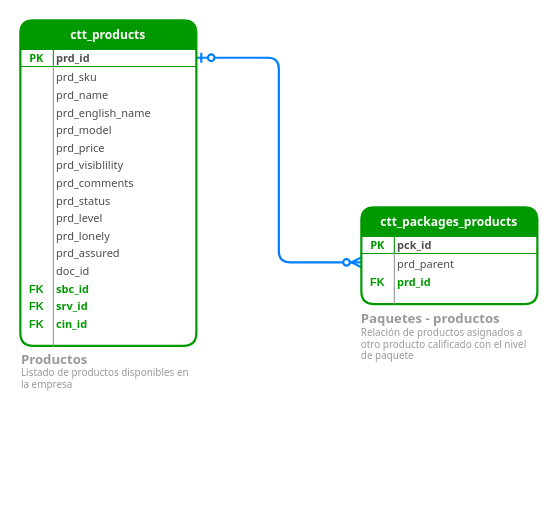
This is page "Paquetes" (5 of 6) of _desarrollo/archivos_info/CTTRentals entidad relacion.drawio from juarezjorr/TesteoCire, a draw.io file, before an edit. Source tidied: cells renumbered, new cells numbered last; positions are measured from the earlier drawing's top-left corner, leaving out a move shared by most shapes. Both pictures are drawn from the tidied source at 110%, with x=0, y=0 at pixel (20, 20).
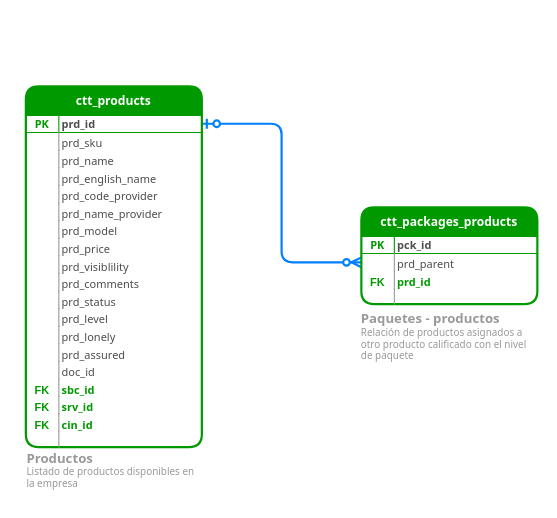
After the change.

The change refers to these unchanged cells:
```xml
<mxCell id="19" value="prd_sku" style="shape=partialRectangle;top=0;left=0;right=0;bottom=0;align=left;verticalAlign=top;fillColor=none;spacingLeft=33;spacingRight=0;overflow=hidden;fontSize=10;fontFamily=Tahoma;spacing=0;dashed=1;strokeColor=#80A9E3;fontColor=#4D4D4D;" parent="16" vertex="1">
  <mxGeometry y="42" width="160" height="16" as="geometry" />
</mxCell>
<mxCell id="21" value="prd_name" style="shape=partialRectangle;top=0;left=0;right=0;bottom=0;align=left;verticalAlign=top;fillColor=none;spacingLeft=33;spacingRight=0;overflow=hidden;fontSize=10;fontFamily=Tahoma;spacing=0;dashed=1;strokeColor=#80A9E3;fontColor=#4D4D4D;" parent="16" vertex="1">
  <mxGeometry y="58" width="160" height="16" as="geometry" />
</mxCell>
<mxCell id="23" value="prd_english_name" style="shape=partialRectangle;top=0;left=0;right=0;bottom=0;align=left;verticalAlign=top;fillColor=none;spacingLeft=33;spacingRight=0;overflow=hidden;fontSize=10;fontFamily=Tahoma;spacing=0;dashed=1;strokeColor=#80A9E3;fontColor=#4D4D4D;" parent="16" vertex="1">
  <mxGeometry y="74" width="160" height="16" as="geometry" />
</mxCell>
```

What changed in the source:
```diff
@@
-    <mxCell id="14" style="group;" parent="1" vertex="1">
-      <mxGeometry width="160.5" height="340.3" as="geometry" />
-    </mxCell>
+    <mxCell id="51" style="group;" parent="1" vertex="1">
+      <mxGeometry x="5" y="60" width="160.5" height="370.3" as="geometry" />
+    </mxCell>
-    <mxCell id="15" value="&lt;h4&gt;&lt;font style=&quot;line-height: 0%&quot;&gt;&lt;span style=&quot;font-size: 12px&quot;&gt;Productos&lt;br&gt;&lt;/span&gt;&lt;/font&gt;&lt;span style=&quot;font-weight: 400&quot;&gt;Listado de productos disponibles en la empresa&lt;/span&gt;&lt;/h4&gt;" style="text;html=1;strokeColor=none;fillColor=none;spacing=0;spacingTop=-13;whiteSpace=wrap;overflow=hidden;rounded=0;fontFamily=Tahoma;fontSize=9;fontColor=#999999;fontStyle=0;" parent="14" vertex="1">
-      <mxGeometry x="0.5" y="301" width="160" height="39.3" as="geometry" />
+    <mxCell id="15" value="&lt;h4&gt;&lt;font style=&quot;line-height: 0%&quot;&gt;&lt;span style=&quot;font-size: 12px&quot;&gt;Productos&lt;br&gt;&lt;/span&gt;&lt;/font&gt;&lt;span style=&quot;font-weight: 400&quot;&gt;Listado de productos disponibles en la empresa&lt;/span&gt;&lt;/h4&gt;" style="text;html=1;strokeColor=none;fillColor=none;spacing=0;spacingTop=-13;whiteSpace=wrap;overflow=hidden;rounded=0;fontFamily=Tahoma;fontSize=9;fontColor=#999999;fontStyle=0;" parent="51" vertex="1">
+      <mxGeometry x="0.5" y="331" width="160" height="39.3" as="geometry" />
     </mxCell>
-    <mxCell id="16" value="ctt_products" style="swimlane;fontStyle=1;horizontal=1;startSize=26;swimlaneFillColor=#ffffff;align=center;fontSize=11;strokeWidth=2;rounded=1;fontColor=#FFFFFF;fontFamily=Tahoma;fillColor=#009900;strokeColor=#009900;" parent="14" vertex="1">
-      <mxGeometry width="160" height="295.9" as="geometry" />
+    <mxCell id="16" value="ctt_products" style="swimlane;fontStyle=1;horizontal=1;startSize=26;swimlaneFillColor=#ffffff;align=center;fontSize=11;strokeWidth=2;rounded=1;fontColor=#FFFFFF;fontFamily=Tahoma;fillColor=#009900;strokeColor=#009900;" parent="51" vertex="1">
+      <mxGeometry width="160" height="327.9" as="geometry" />
     </mxCell>
@@
-    <mxCell id="20" style="shape=partialRectangle;top=0;left=0;bottom=0;fillColor=none;align=left;verticalAlign=top;spacingLeft=4;spacingRight=4;overflow=hidden;fontSize=12;strokeColor=#999999;" parent="19" vertex="1">
-      <mxGeometry width="30" height="16" as="geometry" />
-    </mxCell>
+    <mxCell id="52" style="shape=partialRectangle;top=0;left=0;bottom=0;fillColor=none;align=left;verticalAlign=top;spacingLeft=4;spacingRight=4;overflow=hidden;fontSize=12;strokeColor=#999999;" parent="19" vertex="1">
+      <mxGeometry width="30" height="16" as="geometry" />
+    </mxCell>
@@
-    <mxCell id="22" style="shape=partialRectangle;top=0;left=0;bottom=0;fillColor=none;align=left;verticalAlign=top;spacingLeft=4;spacingRight=4;overflow=hidden;fontSize=12;strokeColor=#999999;" parent="21" vertex="1">
-      <mxGeometry width="30" height="16" as="geometry" />
-    </mxCell>
+    <mxCell id="53" style="shape=partialRectangle;top=0;left=0;bottom=0;fillColor=none;align=left;verticalAlign=top;spacingLeft=4;spacingRight=4;overflow=hidden;fontSize=12;strokeColor=#999999;" parent="21" vertex="1">
+      <mxGeometry width="30" height="16" as="geometry" />
+    </mxCell>
@@
-    <mxCell id="24" style="shape=partialRectangle;top=0;left=0;bottom=0;fillColor=none;align=left;verticalAlign=top;spacingLeft=4;spacingRight=4;overflow=hidden;fontSize=12;strokeColor=#999999;" parent="23" vertex="1">
-      <mxGeometry width="30" height="16" as="geometry" />
-    </mxCell>
+    <mxCell id="54" style="shape=partialRectangle;top=0;left=0;bottom=0;fillColor=none;align=left;verticalAlign=top;spacingLeft=4;spacingRight=4;overflow=hidden;fontSize=12;strokeColor=#999999;" parent="23" vertex="1">
+      <mxGeometry width="30" height="16" as="geometry" />
+    </mxCell>
+    <mxCell id="55" value="prd_code_provider" style="shape=partialRectangle;top=0;left=0;right=0;bottom=0;align=left;verticalAlign=top;fillColor=none;spacingLeft=33;spacingRight=0;overflow=hidden;fontSize=10;fontFamily=Tahoma;spacing=0;dashed=1;strokeColor=#80A9E3;fontColor=#4D4D4D;" parent="16" vertex="1">
+      <mxGeometry y="90" width="160" height="16" as="geometry" />
+    </mxCell>
+    <mxCell id="56" style="shape=partialRectangle;top=0;left=0;bottom=0;fillColor=none;align=left;verticalAlign=top;spacingLeft=4;spacingRight=4;overflow=hidden;fontSize=12;strokeColor=#999999;" parent="55" vertex="1">
+      <mxGeometry width="30" height="16" as="geometry" />
+    </mxCell>
+    <mxCell id="57" value="prd_name_provider" style="shape=partialRectangle;top=0;left=0;right=0;bottom=0;align=left;verticalAlign=top;fillColor=none;spacingLeft=33;spacingRight=0;overflow=hidden;fontSize=10;fontFamily=Tahoma;spacing=0;dashed=1;strokeColor=#80A9E3;fontColor=#4D4D4D;" parent="16" vertex="1">
+      <mxGeometry y="106" width="160" height="16" as="geometry" />
+    </mxCell>
+    <mxCell id="58" style="shape=partialRectangle;top=0;left=0;bottom=0;fillColor=none;align=left;verticalAlign=top;spacingLeft=4;spacingRight=4;overflow=hidden;fontSize=12;strokeColor=#999999;" parent="57" vertex="1">
+      <mxGeometry width="30" height="16" as="geometry" />
+    </mxCell>
     <mxCell id="25" value="prd_model" style="shape=partialRectangle;top=0;left=0;right=0;bottom=0;align=left;verticalAlign=top;fillColor=none;spacingLeft=33;spacingRight=0;overflow=hidden;fontSize=10;fontFamily=Tahoma;spacing=0;dashed=1;strokeColor=#80A9E3;fontColor=#4D4D4D;" parent="16" vertex="1">
-      <mxGeometry y="90" width="160" height="16" as="geometry" />
+      <mxGeometry y="122" width="160" height="16" as="geometry" />
     </mxCell>
-    <mxCell id="26" style="shape=partialRectangle;top=0;left=0;bottom=0;fillColor=none;align=left;verticalAlign=top;spacingLeft=4;spacingRight=4;overflow=hidden;fontSize=12;strokeColor=#999999;" parent="25" vertex="1">
-      <mxGeometry width="30" height="16" as="geometry" />
-    </mxCell>
+    <mxCell id="59" style="shape=partialRectangle;top=0;left=0;bottom=0;fillColor=none;align=left;verticalAlign=top;spacingLeft=4;spacingRight=4;overflow=hidden;fontSize=12;strokeColor=#999999;" parent="25" vertex="1">
+      <mxGeometry width="30" height="16" as="geometry" />
+    </mxCell>
     <mxCell id="27" value="prd_price" style="shape=partialRectangle;top=0;left=0;right=0;bottom=0;align=left;verticalAlign=top;fillColor=none;spacingLeft=33;spacingRight=0;overflow=hidden;fontSize=10;fontFamily=Tahoma;spacing=0;dashed=1;strokeColor=#80A9E3;fontColor=#4D4D4D;" parent="16" vertex="1">
-      <mxGeometry y="106" width="160" height="16" as="geometry" />
+      <mxGeometry y="138" width="160" height="16" as="geometry" />
     </mxCell>
-    <mxCell id="28" style="shape=partialRectangle;top=0;left=0;bottom=0;fillColor=none;align=left;verticalAlign=top;spacingLeft=4;spacingRight=4;overflow=hidden;fontSize=12;strokeColor=#999999;" parent="27" vertex="1">
-      <mxGeometry width="30" height="16" as="geometry" />
-    </mxCell>
+    <mxCell id="60" style="shape=partialRectangle;top=0;left=0;bottom=0;fillColor=none;align=left;verticalAlign=top;spacingLeft=4;spacingRight=4;overflow=hidden;fontSize=12;strokeColor=#999999;" parent="27" vertex="1">
+      <mxGeometry width="30" height="16" as="geometry" />
+    </mxCell>
     <mxCell id="29" value="prd_visiblility" style="shape=partialRectangle;top=0;left=0;right=0;bottom=0;align=left;verticalAlign=top;fillColor=none;spacingLeft=33;spacingRight=0;overflow=hidden;fontSize=10;fontFamily=Tahoma;spacing=0;dashed=1;strokeColor=#80A9E3;fontColor=#4D4D4D;" parent="16" vertex="1">
-      <mxGeometry y="122" width="160" height="16" as="geometry" />
+      <mxGeometry y="154" width="160" height="16" as="geometry" />
     </mxCell>
-    <mxCell id="30" style="shape=partialRectangle;top=0;left=0;bottom=0;fillColor=none;align=left;verticalAlign=top;spacingLeft=4;spacingRight=4;overflow=hidden;fontSize=12;strokeColor=#999999;" parent="29" vertex="1">
-      <mxGeometry width="30" height="16" as="geometry" />
-    </mxCell>
+    <mxCell id="61" style="shape=partialRectangle;top=0;left=0;bottom=0;fillColor=none;align=left;verticalAlign=top;spacingLeft=4;spacingRight=4;overflow=hidden;fontSize=12;strokeColor=#999999;" parent="29" vertex="1">
+      <mxGeometry width="30" height="16" as="geometry" />
+    </mxCell>
     <mxCell id="31" value="prd_comments" style="shape=partialRectangle;top=0;left=0;right=0;bottom=0;align=left;verticalAlign=top;fillColor=none;spacingLeft=33;spacingRight=0;overflow=hidden;fontSize=10;fontFamily=Tahoma;spacing=0;dashed=1;strokeColor=#80A9E3;fontColor=#4D4D4D;" parent="16" vertex="1">
-      <mxGeometry y="138" width="160" height="16" as="geometry" />
+      <mxGeometry y="170" width="160" height="16" as="geometry" />
     </mxCell>
-    <mxCell id="32" style="shape=partialRectangle;top=0;left=0;bottom=0;fillColor=none;align=left;verticalAlign=top;spacingLeft=4;spacingRight=4;overflow=hidden;fontSize=12;strokeColor=#999999;" parent="31" vertex="1">
-      <mxGeometry width="30" height="16" as="geometry" />
-    </mxCell>
+    <mxCell id="62" style="shape=partialRectangle;top=0;left=0;bottom=0;fillColor=none;align=left;verticalAlign=top;spacingLeft=4;spacingRight=4;overflow=hidden;fontSize=12;strokeColor=#999999;" parent="31" vertex="1">
+      <mxGeometry width="30" height="16" as="geometry" />
+    </mxCell>
     <mxCell id="33" value="prd_status" style="shape=partialRectangle;top=0;left=0;right=0;bottom=0;align=left;verticalAlign=top;fillColor=none;spacingLeft=33;spacingRight=0;overflow=hidden;fontSize=10;fontFamily=Tahoma;spacing=0;dashed=1;strokeColor=#80A9E3;fontColor=#4D4D4D;" parent="16" vertex="1">
-      <mxGeometry y="154" width="160" height="16" as="geometry" />
+      <mxGeometry y="186" width="160" height="16" as="geometry" />
     </mxCell>
-    <mxCell id="34" style="shape=partialRectangle;top=0;left=0;bottom=0;fillColor=none;align=left;verticalAlign=top;spacingLeft=4;spacingRight=4;overflow=hidden;fontSize=12;strokeColor=#999999;" parent="33" vertex="1">
-      <mxGeometry width="30" height="16" as="geometry" />
-    </mxCell>
+    <mxCell id="63" style="shape=partialRectangle;top=0;left=0;bottom=0;fillColor=none;align=left;verticalAlign=top;spacingLeft=4;spacingRight=4;overflow=hidden;fontSize=12;strokeColor=#999999;" parent="33" vertex="1">
+      <mxGeometry width="30" height="16" as="geometry" />
+    </mxCell>
     <mxCell id="35" value="prd_level" style="shape=partialRectangle;top=0;left=0;right=0;bottom=0;align=left;verticalAlign=top;fillColor=none;spacingLeft=33;spacingRight=0;overflow=hidden;fontSize=10;fontFamily=Tahoma;spacing=0;dashed=1;strokeColor=#80A9E3;fontColor=#4D4D4D;" parent="16" vertex="1">
-      <mxGeometry y="170" width="160" height="16" as="geometry" />
+      <mxGeometry y="202" width="160" height="16" as="geometry" />
     </mxCell>
-    <mxCell id="36" style="shape=partialRectangle;top=0;left=0;bottom=0;fillColor=none;align=left;verticalAlign=top;spacingLeft=4;spacingRight=4;overflow=hidden;fontSize=12;strokeColor=#999999;" parent="35" vertex="1">
-      <mxGeometry width="30" height="16" as="geometry" />
-    </mxCell>
+    <mxCell id="64" style="shape=partialRectangle;top=0;left=0;bottom=0;fillColor=none;align=left;verticalAlign=top;spacingLeft=4;spacingRight=4;overflow=hidden;fontSize=12;strokeColor=#999999;" parent="35" vertex="1">
+      <mxGeometry width="30" height="16" as="geometry" />
+    </mxCell>
     <mxCell id="37" value="prd_lonely" style="shape=partialRectangle;top=0;left=0;right=0;bottom=0;align=left;verticalAlign=top;fillColor=none;spacingLeft=33;spacingRight=0;overflow=hidden;fontSize=10;fontFamily=Tahoma;spacing=0;dashed=1;strokeColor=#80A9E3;fontColor=#4D4D4D;" parent="16" vertex="1">
-      <mxGeometry y="186" width="160" height="16" as="geometry" />
+      <mxGeometry y="218" width="160" height="16" as="geometry" />
     </mxCell>
-    <mxCell id="38" style="shape=partialRectangle;top=0;left=0;bottom=0;fillColor=none;align=left;verticalAlign=top;spacingLeft=4;spacingRight=4;overflow=hidden;fontSize=12;strokeColor=#999999;" parent="37" vertex="1">
-      <mxGeometry width="30" height="16" as="geometry" />
-    </mxCell>
+    <mxCell id="65" style="shape=partialRectangle;top=0;left=0;bottom=0;fillColor=none;align=left;verticalAlign=top;spacingLeft=4;spacingRight=4;overflow=hidden;fontSize=12;strokeColor=#999999;" parent="37" vertex="1">
+      <mxGeometry width="30" height="16" as="geometry" />
+    </mxCell>
     <mxCell id="39" value="prd_assured" style="shape=partialRectangle;top=0;left=0;right=0;bottom=0;align=left;verticalAlign=top;fillColor=none;spacingLeft=33;spacingRight=0;overflow=hidden;fontSize=10;fontFamily=Tahoma;spacing=0;dashed=1;strokeColor=#80A9E3;fontColor=#4D4D4D;" parent="16" vertex="1">
-      <mxGeometry y="202" width="160" height="16" as="geometry" />
+      <mxGeometry y="234" width="160" height="16" as="geometry" />
     </mxCell>
-    <mxCell id="40" style="shape=partialRectangle;top=0;left=0;bottom=0;fillColor=none;align=left;verticalAlign=top;spacingLeft=4;spacingRight=4;overflow=hidden;fontSize=12;strokeColor=#999999;" parent="39" vertex="1">
-      <mxGeometry width="30" height="16" as="geometry" />
-    </mxCell>
+    <mxCell id="66" style="shape=partialRectangle;top=0;left=0;bottom=0;fillColor=none;align=left;verticalAlign=top;spacingLeft=4;spacingRight=4;overflow=hidden;fontSize=12;strokeColor=#999999;" parent="39" vertex="1">
+      <mxGeometry width="30" height="16" as="geometry" />
+    </mxCell>
     <mxCell id="41" value="doc_id" style="shape=partialRectangle;top=0;left=0;right=0;bottom=0;align=left;verticalAlign=top;fillColor=none;spacingLeft=33;spacingRight=0;overflow=hidden;fontSize=10;fontFamily=Tahoma;spacing=0;dashed=1;strokeColor=#80A9E3;fontColor=#4D4D4D;" parent="16" vertex="1">
-      <mxGeometry y="218" width="160" height="16" as="geometry" />
+      <mxGeometry y="250" width="160" height="16" as="geometry" />
     </mxCell>
-    <mxCell id="42" style="shape=partialRectangle;top=0;left=0;bottom=0;fillColor=none;align=left;verticalAlign=top;spacingLeft=4;spacingRight=4;overflow=hidden;fontSize=12;strokeColor=#999999;" parent="41" vertex="1">
-      <mxGeometry width="30" height="16" as="geometry" />
-    </mxCell>
+    <mxCell id="67" style="shape=partialRectangle;top=0;left=0;bottom=0;fillColor=none;align=left;verticalAlign=top;spacingLeft=4;spacingRight=4;overflow=hidden;fontSize=12;strokeColor=#999999;" parent="41" vertex="1">
+      <mxGeometry width="30" height="16" as="geometry" />
+    </mxCell>
     <mxCell id="43" value="sbc_id" style="shape=partialRectangle;top=0;left=0;right=0;bottom=0;align=left;verticalAlign=top;fillColor=none;spacingLeft=33;spacingRight=0;overflow=hidden;fontSize=10;fontFamily=Tahoma;spacing=0;fontStyle=1;fontColor=#009900;" parent="16" vertex="1">
-      <mxGeometry y="234" width="160" height="16" as="geometry" />
+      <mxGeometry y="266" width="160" height="16" as="geometry" />
     </mxCell>
-    <mxCell id="44" value="FK" style="shape=partialRectangle;top=0;left=0;bottom=0;fillColor=none;align=center;verticalAlign=top;spacingLeft=0;spacingRight=0;overflow=hidden;fontSize=10;fontStyle=1;strokeColor=#999999;fontColor=#009900;spacing=0;" parent="43" vertex="1">
-      <mxGeometry width="30" height="16" as="geometry" />
-    </mxCell>
+    <mxCell id="68" value="FK" style="shape=partialRectangle;top=0;left=0;bottom=0;fillColor=none;align=center;verticalAlign=top;spacingLeft=0;spacingRight=0;overflow=hidden;fontSize=10;fontStyle=1;strokeColor=#999999;fontColor=#009900;spacing=0;" parent="43" vertex="1">
+      <mxGeometry width="30" height="16" as="geometry" />
+    </mxCell>
     <mxCell id="45" value="srv_id" style="shape=partialRectangle;top=0;left=0;right=0;bottom=0;align=left;verticalAlign=top;fillColor=none;spacingLeft=33;spacingRight=0;overflow=hidden;fontSize=10;fontFamily=Tahoma;spacing=0;fontStyle=1;fontColor=#009900;" parent="16" vertex="1">
-      <mxGeometry y="250" width="160" height="16" as="geometry" />
+      <mxGeometry y="282" width="160" height="16" as="geometry" />
     </mxCell>
-    <mxCell id="46" value="FK" style="shape=partialRectangle;top=0;left=0;bottom=0;fillColor=none;align=center;verticalAlign=top;spacingLeft=0;spacingRight=0;overflow=hidden;fontSize=10;fontStyle=1;strokeColor=#999999;fontColor=#009900;spacing=0;" parent="45" vertex="1">
-      <mxGeometry width="30" height="16" as="geometry" />
-    </mxCell>
+    <mxCell id="69" value="FK" style="shape=partialRectangle;top=0;left=0;bottom=0;fillColor=none;align=center;verticalAlign=top;spacingLeft=0;spacingRight=0;overflow=hidden;fontSize=10;fontStyle=1;strokeColor=#999999;fontColor=#009900;spacing=0;" parent="45" vertex="1">
+      <mxGeometry width="30" height="16" as="geometry" />
+    </mxCell>
     <mxCell id="47" value="cin_id" style="shape=partialRectangle;top=0;left=0;right=0;bottom=0;align=left;verticalAlign=top;fillColor=none;spacingLeft=33;spacingRight=0;overflow=hidden;fontSize=10;fontFamily=Tahoma;spacing=0;fontStyle=1;fontColor=#009900;" parent="16" vertex="1">
-      <mxGeometry y="266" width="160" height="16" as="geometry" />
+      <mxGeometry y="298" width="160" height="16" as="geometry" />
     </mxCell>
-    <mxCell id="48" value="FK" style="shape=partialRectangle;top=0;left=0;bottom=0;fillColor=none;align=center;verticalAlign=top;spacingLeft=0;spacingRight=0;overflow=hidden;fontSize=10;fontStyle=1;strokeColor=#999999;fontColor=#009900;spacing=0;" parent="47" vertex="1">
-      <mxGeometry width="30" height="16" as="geometry" />
-    </mxCell>
-    <mxCell id="49" style="shape=partialRectangle;top=0;left=0;right=0;bottom=0;align=left;verticalAlign=top;fillColor=none;spacingLeft=33;spacingRight=3;overflow=hidden;fontSize=10;fontFamily=Tahoma;spacing=2;" parent="16" vertex="1">
-      <mxGeometry y="282" width="160" height="13.9" as="geometry" />
-    </mxCell>
+    <mxCell id="70" value="FK" style="shape=partialRectangle;top=0;left=0;bottom=0;fillColor=none;align=center;verticalAlign=top;spacingLeft=0;spacingRight=0;overflow=hidden;fontSize=10;fontStyle=1;strokeColor=#999999;fontColor=#009900;spacing=0;" parent="47" vertex="1">
+      <mxGeometry width="30" height="16" as="geometry" />
+    </mxCell>
+    <mxCell id="71" style="shape=partialRectangle;top=0;left=0;right=0;bottom=0;align=left;verticalAlign=top;fillColor=none;spacingLeft=33;spacingRight=3;overflow=hidden;fontSize=10;fontFamily=Tahoma;spacing=2;" parent="16" vertex="1">
+      <mxGeometry y="314" width="160" height="13.9" as="geometry" />
+    </mxCell>
-    <mxCell id="50" style="shape=partialRectangle;top=0;left=0;bottom=0;fillColor=none;align=left;verticalAlign=top;spacingLeft=4;spacingRight=4;overflow=hidden;fontSize=12;strokeColor=#999999;" parent="49" vertex="1">
+    <mxCell id="50" style="shape=partialRectangle;top=0;left=0;bottom=0;fillColor=none;align=left;verticalAlign=top;spacingLeft=4;spacingRight=4;overflow=hidden;fontSize=12;strokeColor=#999999;" parent="71" vertex="1">
       <mxGeometry width="30" height="13.9" as="geometry" />
     </mxCell>
```
